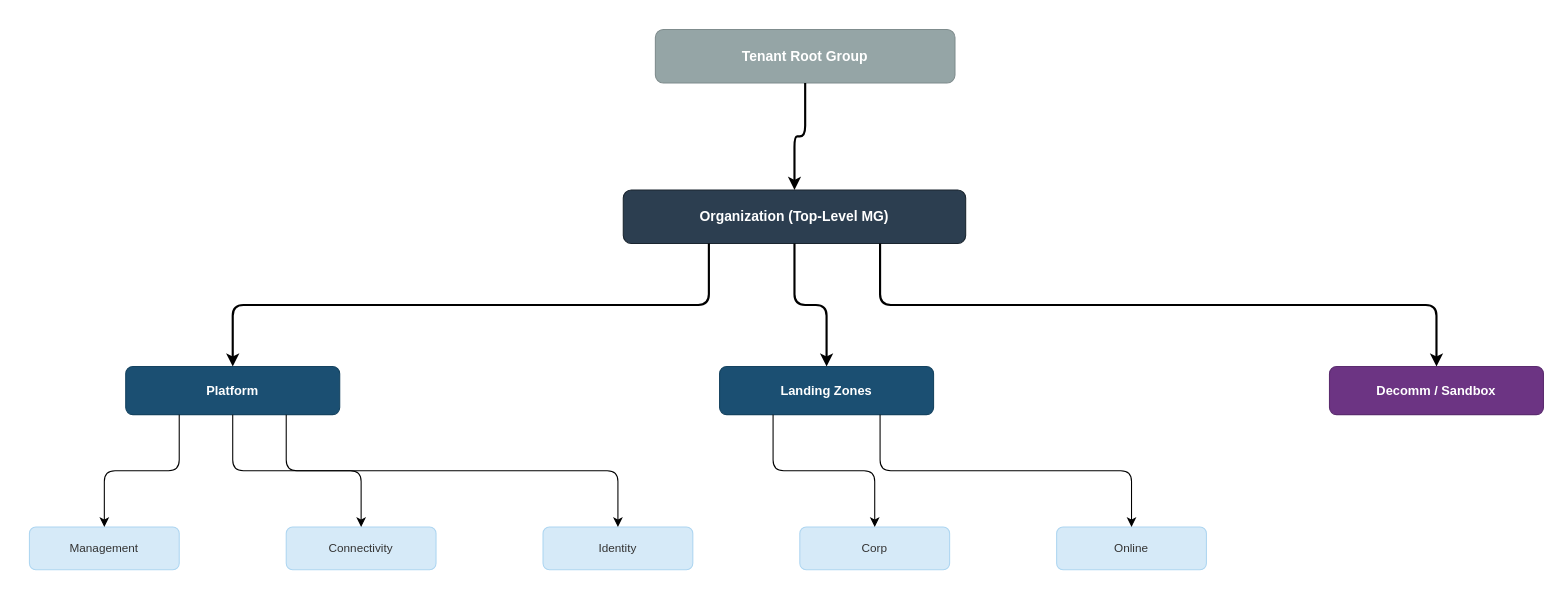
Before: images/alz-hierarchy-tree.drawio in ricmmartins/azure-governance-made-simple, a draw.io diagram. Source tidied: cells renumbered, new cells numbered last; positions are measured from the earlier drawing's top-left corner, leaving out a move shared by most shapes. Both pictures are drawn from the tidied source at 107%, with x=0, y=0 at pixel (29, 29).
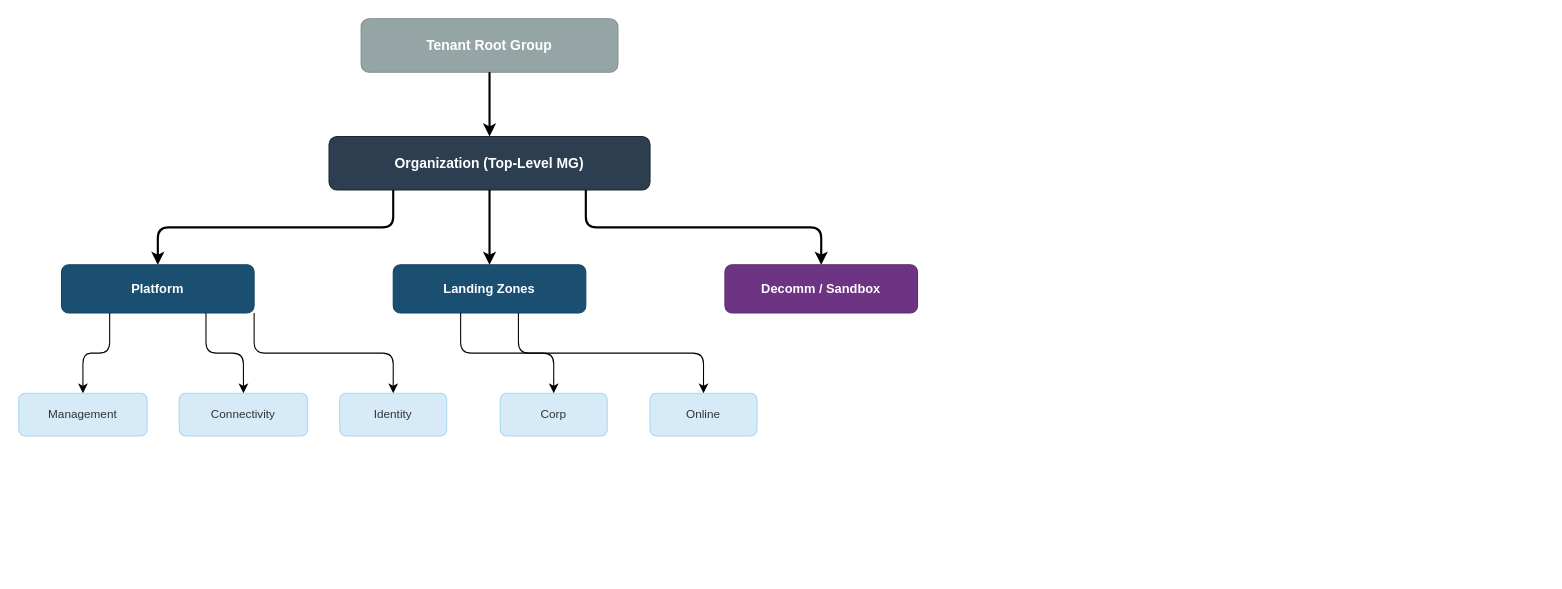
The same page after the edit.

What changed in the source:
```diff
@@
     <mxCell id="2" value="Tenant Root Group" style="rounded=1;whiteSpace=wrap;fillColor=#95A5A6;fontColor=#FFFFFF;strokeColor=#7F8C8D;fontSize=13;fontStyle=1;" parent="1" vertex="1">
-      <mxGeometry x="585" width="280" height="50" as="geometry" />
+      <mxGeometry x="310" y="-10" width="240" height="50" as="geometry" />
     </mxCell>
     <mxCell id="3" value="Organization (Top-Level MG)" style="rounded=1;whiteSpace=wrap;fillColor=#2C3E50;fontColor=#FFFFFF;strokeColor=#1A252F;fontSize=13;fontStyle=1;" parent="1" vertex="1">
-      <mxGeometry x="555" y="150" width="320" height="50" as="geometry" />
+      <mxGeometry x="280" y="100" width="300" height="50" as="geometry" />
     </mxCell>
     <mxCell id="4" value="Platform" style="rounded=1;whiteSpace=wrap;fillColor=#1B4F72;fontColor=#FFFFFF;strokeColor=#154360;fontSize=12;fontStyle=1;" parent="1" vertex="1">
-      <mxGeometry x="90" y="315" width="200" height="45" as="geometry" />
+      <mxGeometry x="30" y="220" width="180" height="45" as="geometry" />
     </mxCell>
     <mxCell id="5" value="Landing Zones" style="rounded=1;whiteSpace=wrap;fillColor=#1B4F72;fontColor=#FFFFFF;strokeColor=#154360;fontSize=12;fontStyle=1;" parent="1" vertex="1">
-      <mxGeometry x="645" y="315" width="200" height="45" as="geometry" />
+      <mxGeometry x="340" y="220" width="180" height="45" as="geometry" />
     </mxCell>
     <mxCell id="6" value="Decomm / Sandbox" style="rounded=1;whiteSpace=wrap;fillColor=#6C3483;fontColor=#FFFFFF;strokeColor=#5B2C6F;fontSize=12;fontStyle=1;" parent="1" vertex="1">
-      <mxGeometry x="1215" y="315" width="200" height="45" as="geometry" />
+      <mxGeometry x="650" y="220" width="180" height="45" as="geometry" />
     </mxCell>
     <mxCell id="7" value="Management" style="rounded=1;whiteSpace=wrap;fillColor=#D6EAF8;fontColor=#333333;strokeColor=#AED6F1;fontSize=11;" parent="1" vertex="1">
-      <mxGeometry y="465" width="140" height="40" as="geometry" />
+      <mxGeometry x="-10" y="340" width="120" height="40" as="geometry" />
     </mxCell>
     <mxCell id="8" value="Connectivity" style="rounded=1;whiteSpace=wrap;fillColor=#D6EAF8;fontColor=#333333;strokeColor=#AED6F1;fontSize=11;" parent="1" vertex="1">
-      <mxGeometry x="240" y="465" width="140" height="40" as="geometry" />
+      <mxGeometry x="140" y="340" width="120" height="40" as="geometry" />
     </mxCell>
     <mxCell id="9" value="Identity" style="rounded=1;whiteSpace=wrap;fillColor=#D6EAF8;fontColor=#333333;strokeColor=#AED6F1;fontSize=11;" parent="1" vertex="1">
-      <mxGeometry x="480" y="465" width="140" height="40" as="geometry" />
+      <mxGeometry x="290" y="340" width="100" height="40" as="geometry" />
     </mxCell>
     <mxCell id="10" value="Corp" style="rounded=1;whiteSpace=wrap;fillColor=#D6EAF8;fontColor=#333333;strokeColor=#AED6F1;fontSize=11;" parent="1" vertex="1">
-      <mxGeometry x="720" y="465" width="140" height="40" as="geometry" />
+      <mxGeometry x="440" y="340" width="100" height="40" as="geometry" />
     </mxCell>
     <mxCell id="11" value="Online" style="rounded=1;whiteSpace=wrap;fillColor=#D6EAF8;fontColor=#333333;strokeColor=#AED6F1;fontSize=11;" parent="1" vertex="1">
-      <mxGeometry x="960" y="465" width="140" height="40" as="geometry" />
+      <mxGeometry x="580" y="340" width="100" height="40" as="geometry" />
     </mxCell>
@@
-    <mxCell id="13" style="edgeStyle=orthogonalEdgeStyle;rounded=1;strokeWidth=2;exitX=0.25;exitY=1;exitDx=0;exitDy=0;entryX=0.5;entryY=0;entryDx=0;entryDy=0;" parent="1" edge="1" source="3" target="4">
+    <mxCell id="13" style="edgeStyle=orthogonalEdgeStyle;rounded=1;strokeWidth=2;exitX=0.2;exitY=1;exitDx=0;exitDy=0;entryX=0.5;entryY=0;entryDx=0;entryDy=0;" parent="1" edge="1" source="3" target="4">
       <mxGeometry relative="1" as="geometry" />
     </mxCell>
@@
-    <mxCell id="15" style="edgeStyle=orthogonalEdgeStyle;rounded=1;strokeWidth=2;exitX=0.75;exitY=1;exitDx=0;exitDy=0;entryX=0.5;entryY=0;entryDx=0;entryDy=0;" parent="1" edge="1" source="3" target="6">
+    <mxCell id="15" style="edgeStyle=orthogonalEdgeStyle;rounded=1;strokeWidth=2;exitX=0.8;exitY=1;exitDx=0;exitDy=0;entryX=0.5;entryY=0;entryDx=0;entryDy=0;" parent="1" edge="1" source="3" target="6">
       <mxGeometry relative="1" as="geometry" />
     </mxCell>
@@
-    <mxCell id="17" style="edgeStyle=orthogonalEdgeStyle;rounded=1;strokeWidth=1;exitX=0.5;exitY=1;exitDx=0;exitDy=0;entryX=0.5;entryY=0;entryDx=0;entryDy=0;" parent="1" edge="1" source="4" target="8">
+    <mxCell id="17" style="edgeStyle=orthogonalEdgeStyle;rounded=1;strokeWidth=1;exitX=0.75;exitY=1;exitDx=0;exitDy=0;entryX=0.5;entryY=0;entryDx=0;entryDy=0;" parent="1" edge="1" source="4" target="8">
       <mxGeometry relative="1" as="geometry" />
     </mxCell>
-    <mxCell id="18" style="edgeStyle=orthogonalEdgeStyle;rounded=1;strokeWidth=1;exitX=0.75;exitY=1;exitDx=0;exitDy=0;entryX=0.5;entryY=0;entryDx=0;entryDy=0;" parent="1" edge="1" source="4" target="9">
+    <mxCell id="18" style="edgeStyle=orthogonalEdgeStyle;rounded=1;strokeWidth=1;exitX=1;exitY=1;exitDx=0;exitDy=0;entryX=0.5;entryY=0;entryDx=0;entryDy=0;" parent="1" edge="1" source="4" target="9">
       <mxGeometry relative="1" as="geometry" />
     </mxCell>
-    <mxCell id="19" style="edgeStyle=orthogonalEdgeStyle;rounded=1;strokeWidth=1;exitX=0.25;exitY=1;exitDx=0;exitDy=0;entryX=0.5;entryY=0;entryDx=0;entryDy=0;" parent="1" edge="1" source="5" target="10">
+    <mxCell id="19" style="edgeStyle=orthogonalEdgeStyle;rounded=1;strokeWidth=1;exitX=0.35;exitY=1;exitDx=0;exitDy=0;entryX=0.5;entryY=0;entryDx=0;entryDy=0;" parent="1" edge="1" source="5" target="10">
       <mxGeometry relative="1" as="geometry" />
     </mxCell>
-    <mxCell id="20" style="edgeStyle=orthogonalEdgeStyle;rounded=1;strokeWidth=1;exitX=0.75;exitY=1;exitDx=0;exitDy=0;entryX=0.5;entryY=0;entryDx=0;entryDy=0;" parent="1" edge="1" source="5" target="11">
+    <mxCell id="20" style="edgeStyle=orthogonalEdgeStyle;rounded=1;strokeWidth=1;exitX=0.65;exitY=1;exitDx=0;exitDy=0;entryX=0.5;entryY=0;entryDx=0;entryDy=0;" parent="1" edge="1" source="5" target="11">
       <mxGeometry relative="1" as="geometry" />
     </mxCell>
```
